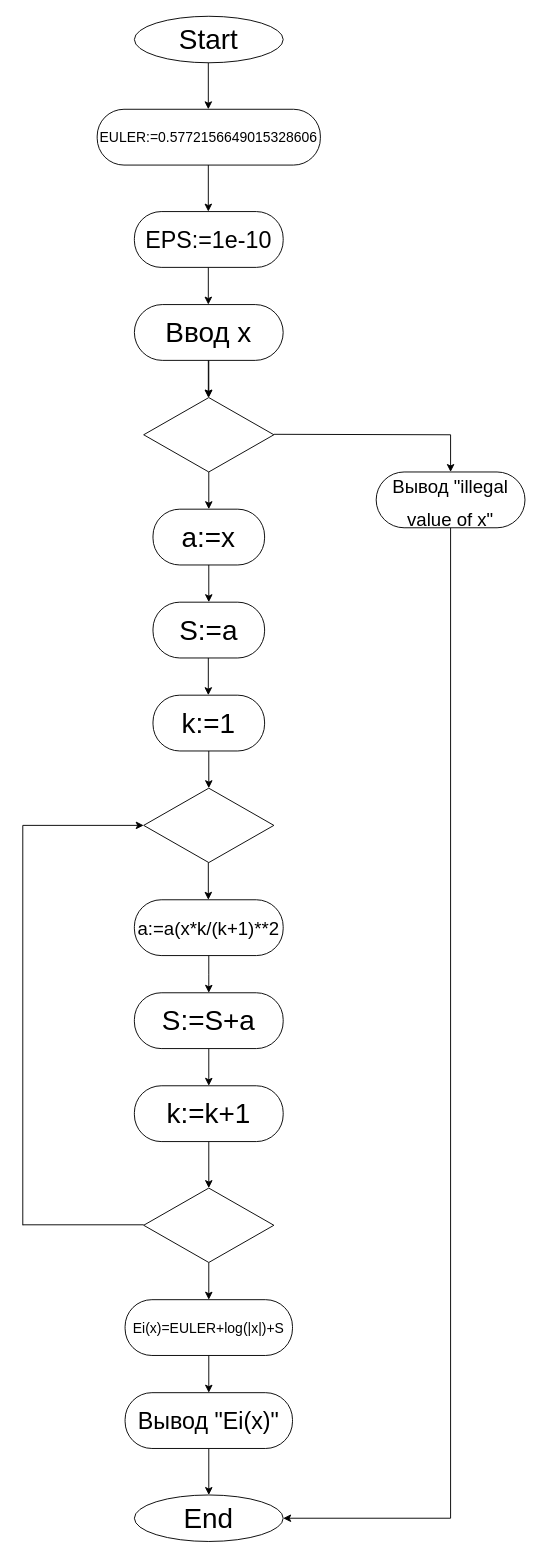
dibovdmitry/Laba_4 keeps this draw.io diagram as Primer5.drawio. Above is the earlier version. Source tidied: cells renumbered, new cells numbered last; positions are measured from the earlier drawing's top-left corner, leaving out a move shared by most shapes. Both pictures are drawn from the tidied source at 93%, with x=0, y=0 at pixel (22, 16).
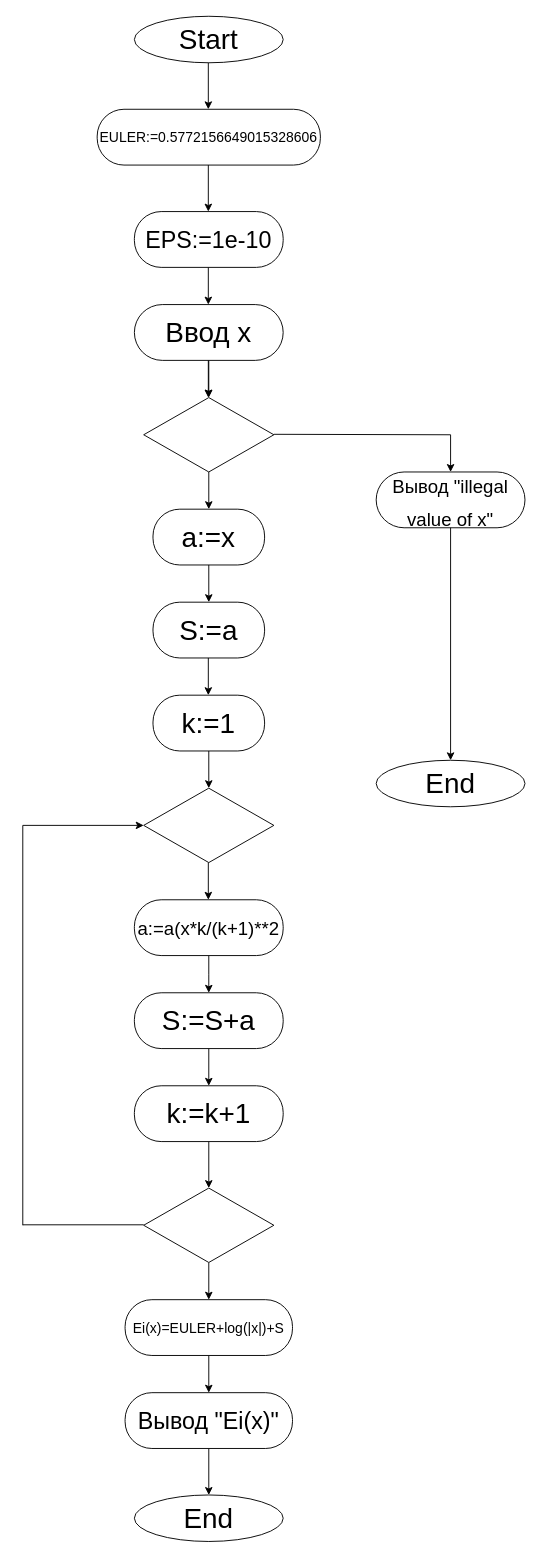
The same page after the edit.

Unchanged cells that the change refers to:
```xml
<mxCell id="11" value="&lt;span style=&quot;font-size: 20px&quot;&gt;Вывод &quot;illegal value of x&quot;&lt;/span&gt;" style="rounded=1;whiteSpace=wrap;html=1;fontSize=30;arcSize=50;" parent="1" vertex="1">
  <mxGeometry x="380" y="490" width="160" height="60" as="geometry" />
</mxCell>
<mxCell id="40" value="End" style="ellipse;whiteSpace=wrap;html=1;fontSize=30;" parent="1" vertex="1">
  <mxGeometry x="120" y="1590" width="160" height="50" as="geometry" />
</mxCell>
```

The edit, as a diff of the source:
```diff
@@
-    <mxCell id="10" style="edgeStyle=orthogonalEdgeStyle;rounded=0;jettySize=auto;html=1;exitX=0.5;exitY=1;exitDx=0;exitDy=0;fontSize=25;entryX=1;entryY=0.5;entryDx=0;entryDy=0;" parent="1" edge="1" source="11" target="40">
-      <mxGeometry relative="1" as="geometry">
-        <Array as="points">
-          <mxPoint x="460" y="1615" />
-        </Array>
-      </mxGeometry>
-    </mxCell>
@@
+    <mxCell id="41" style="endArrow=classic;html=1;" parent="1" edge="1">
+      <mxGeometry relative="1" as="geometry">
+        <mxPoint x="460" y="550" as="sourcePoint" />
+        <mxPoint x="460" y="800" as="targetPoint" />
+      </mxGeometry>
+    </mxCell>
+    <mxCell id="42" value="End" style="ellipse;whiteSpace=wrap;html=1;fontSize=30;" parent="1" vertex="1">
+      <mxGeometry x="380" y="800" width="160" height="50" as="geometry" />
+    </mxCell>
```
